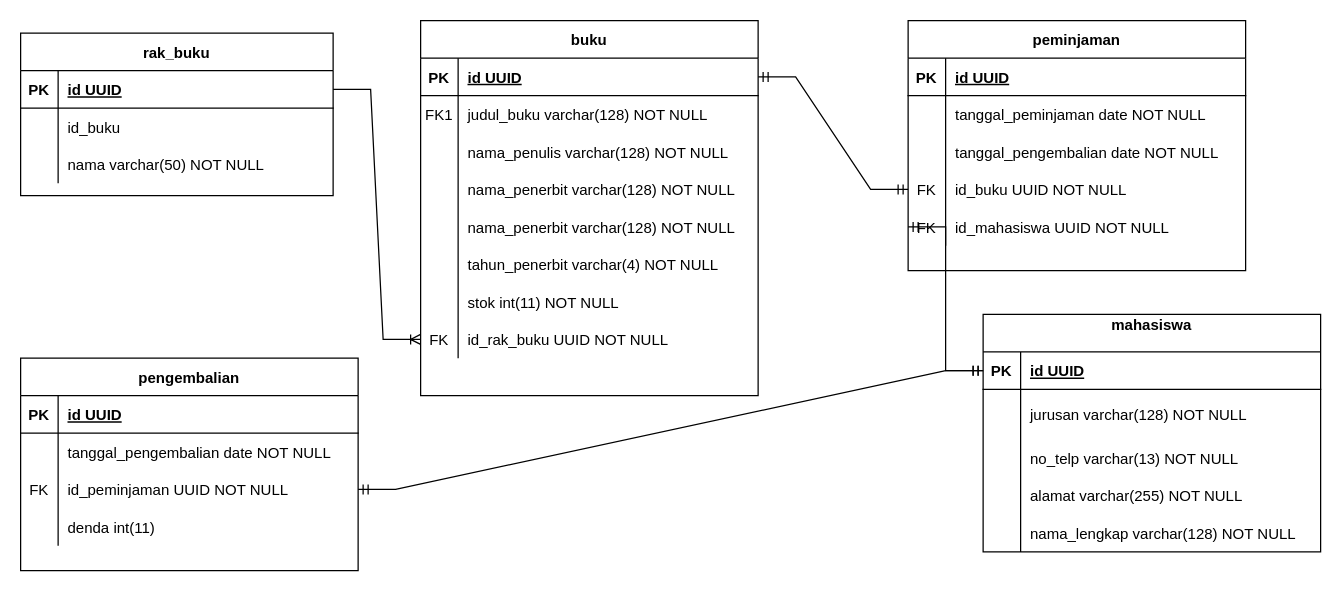
Before: erd/perpustakaan.drawio in lukmanharun1/perpustakaan, a draw.io diagram. Source tidied: cells renumbered, new cells numbered last; positions are measured from the earlier drawing's top-left corner, leaving out a move shared by most shapes. Both pictures are drawn from the tidied source at 125%, with x=0, y=0 at pixel (20, 20).
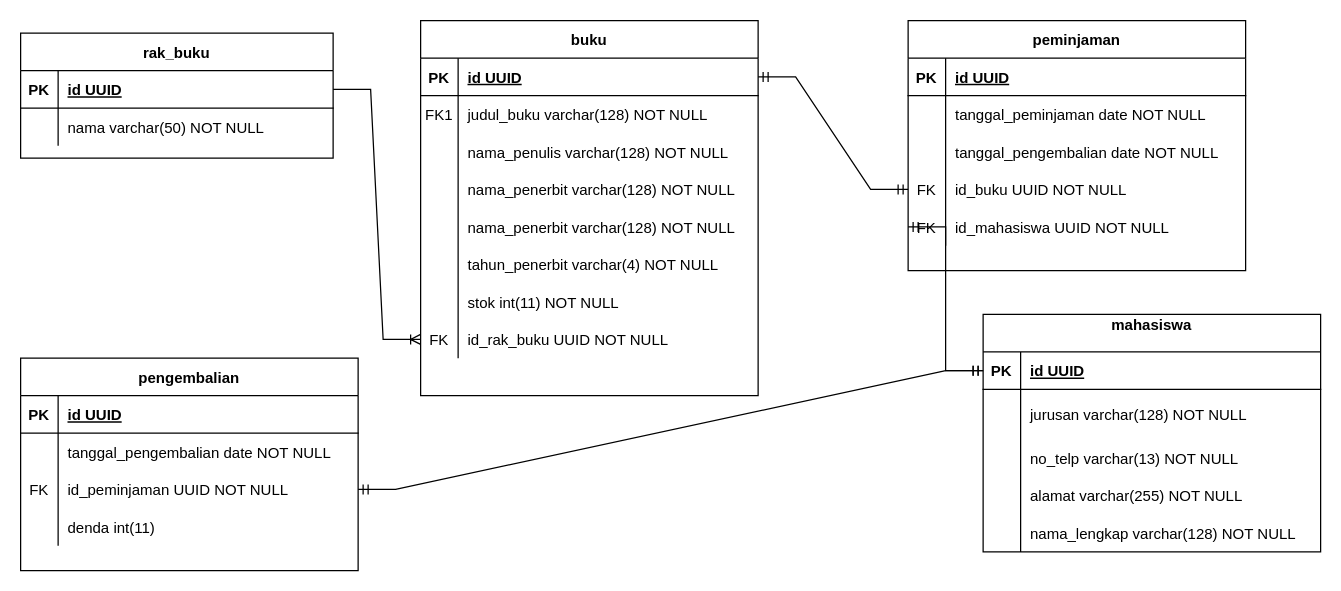
The same page after the edit.

Commit message (it also covers changes not shown here):
memperbaiki export file

Change to the diagram source:
```diff
@@
     <mxCell id="27" value="rak_buku" style="shape=table;startSize=30;childLayout=tableLayout;rowLines=0;fontStyle=1;align=center;" parent="1" vertex="1">
-      <mxGeometry y="10" width="250" height="130" as="geometry" />
+      <mxGeometry y="10" width="250" height="100" as="geometry" />
     </mxCell>
@@
-    <mxCell id="31" style="shape=partialRectangle;fillColor=none;top=0;left=0;right=0;bottom=0;" parent="27" vertex="1">
-      <mxGeometry y="60" width="250" height="30" as="geometry" />
-    </mxCell>
-    <mxCell id="32" style="shape=partialRectangle;overflow=hidden;fillColor=none;top=0;left=0;bottom=0;right=0;" parent="31" vertex="1">
-      <mxGeometry width="30" height="30" as="geometry" />
-    </mxCell>
-    <mxCell id="33" value="id_buku" style="shape=partialRectangle;overflow=hidden;fillColor=none;top=0;left=0;bottom=0;right=0;align=left;spacingLeft=6;" parent="31" vertex="1">
-      <mxGeometry x="30" width="220" height="30" as="geometry" />
-    </mxCell>
     <mxCell id="34" style="shape=partialRectangle;fillColor=none;top=0;left=0;right=0;bottom=0;" parent="27" vertex="1">
-      <mxGeometry y="90" width="250" height="30" as="geometry" />
+      <mxGeometry y="60" width="250" height="30" as="geometry" />
     </mxCell>
```
